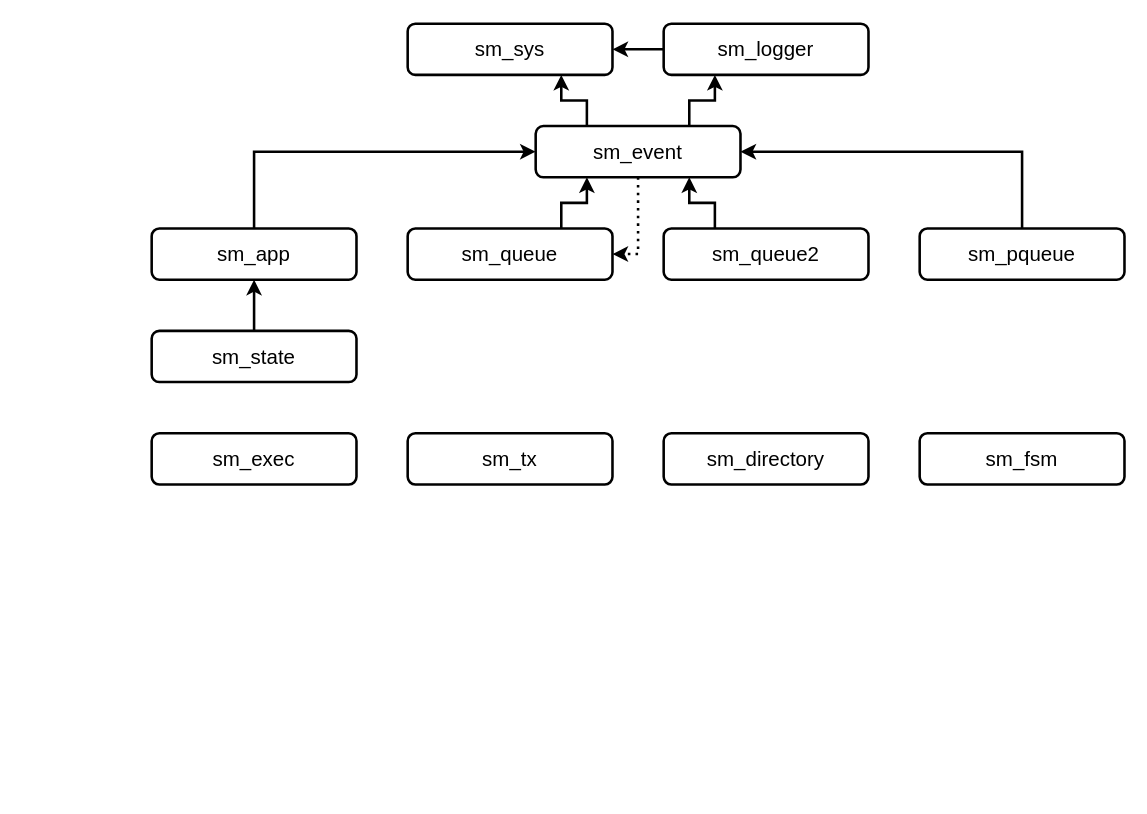
anton-68/sm.exec keeps this draw.io diagram as doc/sm_classes.drawio. Above is the earlier version. Source tidied: cells renumbered, new cells numbered last; positions are measured from the earlier drawing's top-left corner, leaving out a move shared by most shapes. Both pictures are drawn from the tidied source at 128%, with x=0, y=0 at pixel (151, 23).
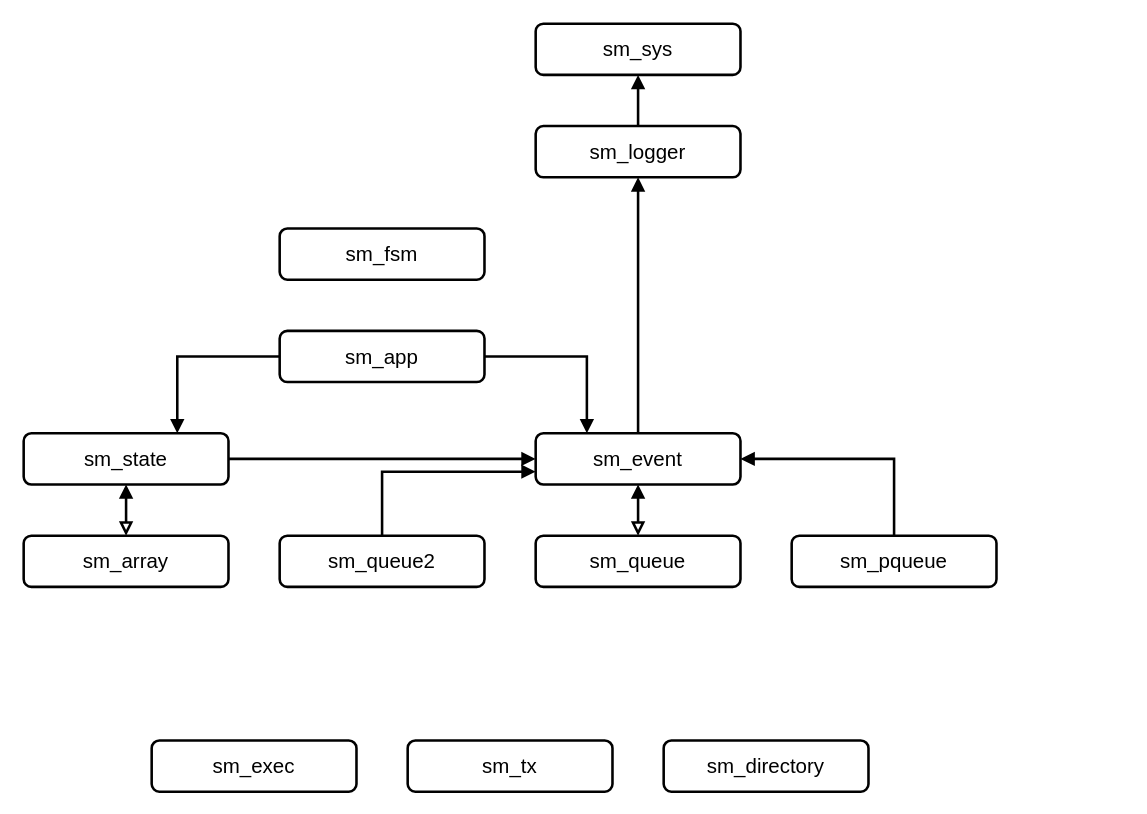
After the change.

What changed in the source:
```diff
@@
     <mxCell id="2" value="sm_tx" style="rounded=1;whiteSpace=wrap;html=1;strokeWidth=2;fontSize=16;" parent="1" vertex="1">
-      <mxGeometry x="200" y="320" width="160" height="40" as="geometry" />
+      <mxGeometry x="200" y="560" width="160" height="40" as="geometry" />
     </mxCell>
     <mxCell id="3" value="sm_exec" style="rounded=1;whiteSpace=wrap;html=1;strokeWidth=2;fontSize=16;" parent="1" vertex="1">
-      <mxGeometry y="320" width="160" height="40" as="geometry" />
+      <mxGeometry y="560" width="160" height="40" as="geometry" />
     </mxCell>
-    <mxCell id="4" style="edgeStyle=orthogonalEdgeStyle;rounded=0;jettySize=auto;html=1;entryX=1;entryY=0.5;entryDx=0;entryDy=0;exitX=0.5;exitY=0;exitDx=0;exitDy=0;strokeWidth=2;" parent="1" edge="1" source="5" target="19">
-      <mxGeometry relative="1" as="geometry" />
+    <mxCell id="4" style="edgeStyle=orthogonalEdgeStyle;rounded=0;jettySize=auto;html=1;entryX=1;entryY=0.5;entryDx=0;entryDy=0;exitX=0.5;exitY=0;exitDx=0;exitDy=0;strokeWidth=2;startArrow=none;startFill=0;endArrow=block;endFill=1;" parent="1" edge="1" source="5" target="19">
+      <mxGeometry relative="1" as="geometry">
+        <Array as="points">
+          <mxPoint x="580" y="340" />
+        </Array>
+      </mxGeometry>
     </mxCell>
     <mxCell id="5" value="sm_pqueue" style="rounded=1;whiteSpace=wrap;html=1;strokeWidth=2;fontSize=16;" parent="1" vertex="1">
-      <mxGeometry x="600" y="160" width="160" height="40" as="geometry" />
+      <mxGeometry x="500" y="400" width="160" height="40" as="geometry" />
     </mxCell>
-    <mxCell id="6" style="edgeStyle=orthogonalEdgeStyle;rounded=0;jettySize=auto;html=1;strokeWidth=2;" parent="1" edge="1" source="7" target="20">
+    <mxCell id="6" style="edgeStyle=orthogonalEdgeStyle;rounded=0;jettySize=auto;html=1;strokeWidth=2;entryX=0.5;entryY=1;entryDx=0;entryDy=0;endArrow=block;endFill=1;" parent="1" edge="1" source="7" target="20">
       <mxGeometry relative="1" as="geometry" />
     </mxCell>
     <mxCell id="7" value="sm_logger" style="rounded=1;whiteSpace=wrap;html=1;strokeWidth=2;fontSize=16;" parent="1" vertex="1">
-      <mxGeometry x="400" width="160" height="40" as="geometry" />
+      <mxGeometry x="300" y="80" width="160" height="40" as="geometry" />
     </mxCell>
-    <mxCell id="8" style="edgeStyle=orthogonalEdgeStyle;rounded=0;jettySize=auto;html=1;strokeWidth=2;" parent="1" edge="1" source="9" target="11">
-      <mxGeometry relative="1" as="geometry" />
-    </mxCell>
     <mxCell id="9" value="sm_state" style="rounded=1;whiteSpace=wrap;html=1;strokeWidth=2;fontSize=16;" parent="1" vertex="1">
-      <mxGeometry y="240" width="160" height="40" as="geometry" />
+      <mxGeometry x="-100" y="320" width="160" height="40" as="geometry" />
     </mxCell>
-    <mxCell id="10" style="edgeStyle=orthogonalEdgeStyle;rounded=0;jettySize=auto;html=1;exitX=0.5;exitY=0;exitDx=0;exitDy=0;entryX=0;entryY=0.5;entryDx=0;entryDy=0;strokeWidth=2;" parent="1" edge="1" source="11" target="19">
-      <mxGeometry relative="1" as="geometry" />
+    <mxCell id="10" style="edgeStyle=orthogonalEdgeStyle;rounded=0;jettySize=auto;html=1;exitX=0;exitY=0.5;exitDx=0;exitDy=0;entryX=0.75;entryY=0;entryDx=0;entryDy=0;strokeWidth=2;endArrow=block;endFill=1;startArrow=none;startFill=0;" parent="1" edge="1" source="11" target="9">
+      <mxGeometry relative="1" as="geometry">
+        <Array as="points">
+          <mxPoint x="20" y="260" />
+        </Array>
+      </mxGeometry>
     </mxCell>
+    <mxCell id="23" style="edgeStyle=orthogonalEdgeStyle;rounded=0;jettySize=auto;html=1;entryX=0.25;entryY=0;entryDx=0;entryDy=0;strokeWidth=2;endArrow=block;endFill=1;exitX=1;exitY=0.5;exitDx=0;exitDy=0;startArrow=none;startFill=0;" parent="1" edge="1" source="11" target="19">
+      <mxGeometry relative="1" as="geometry">
+        <Array as="points">
+          <mxPoint x="340" y="260" />
+        </Array>
+      </mxGeometry>
+    </mxCell>
     <mxCell id="11" value="sm_app" style="rounded=1;whiteSpace=wrap;html=1;strokeWidth=2;fontSize=16;" parent="1" vertex="1">
-      <mxGeometry y="160" width="160" height="40" as="geometry" />
+      <mxGeometry x="100" y="240" width="160" height="40" as="geometry" />
     </mxCell>
-    <mxCell id="12" style="edgeStyle=orthogonalEdgeStyle;rounded=0;jettySize=auto;html=1;exitX=0.75;exitY=0;exitDx=0;exitDy=0;entryX=0.25;entryY=1;entryDx=0;entryDy=0;strokeWidth=2;" parent="1" edge="1" source="15" target="19">
+    <mxCell id="12" style="edgeStyle=orthogonalEdgeStyle;rounded=0;jettySize=auto;html=1;exitX=0.5;exitY=0;exitDx=0;exitDy=0;entryX=0.5;entryY=1;entryDx=0;entryDy=0;strokeWidth=2;endArrow=block;endFill=1;startArrow=block;startFill=0;" parent="1" edge="1" source="15" target="19">
       <mxGeometry relative="1" as="geometry" />
     </mxCell>
+    <mxCell id="24" style="edgeStyle=orthogonalEdgeStyle;rounded=0;jettySize=auto;html=1;exitX=1;exitY=0.5;exitDx=0;exitDy=0;strokeWidth=2;endArrow=block;endFill=1;entryX=0;entryY=0.5;entryDx=0;entryDy=0;" parent="1" edge="1" source="9" target="19">
+      <mxGeometry relative="1" as="geometry" />
+    </mxCell>
     <mxCell id="13" value="sm_queue2" style="rounded=1;whiteSpace=wrap;html=1;strokeWidth=2;fontSize=16;" parent="1" vertex="1">
-      <mxGeometry x="400" y="160" width="160" height="40" as="geometry" />
+      <mxGeometry x="100" y="400" width="160" height="40" as="geometry" />
     </mxCell>
-    <mxCell id="14" style="edgeStyle=orthogonalEdgeStyle;rounded=0;jettySize=auto;html=1;entryX=0.75;entryY=1;entryDx=0;entryDy=0;exitX=0.25;exitY=0;exitDx=0;exitDy=0;strokeWidth=2;" parent="1" edge="1" source="13" target="19">
-      <mxGeometry relative="1" as="geometry" />
+    <mxCell id="14" style="edgeStyle=orthogonalEdgeStyle;rounded=0;jettySize=auto;html=1;entryX=0;entryY=0.75;entryDx=0;entryDy=0;strokeWidth=2;endArrow=block;endFill=1;startArrow=none;startFill=0;" parent="1" edge="1" target="19">
+      <mxGeometry relative="1" as="geometry">
+        <mxPoint x="180" y="400" as="sourcePoint" />
+        <Array as="points">
+          <mxPoint x="180" y="350" />
+        </Array>
+      </mxGeometry>
     </mxCell>
     <mxCell id="15" value="sm_queue" style="rounded=1;whiteSpace=wrap;html=1;strokeWidth=2;fontSize=16;" parent="1" vertex="1">
-      <mxGeometry x="200" y="160" width="160" height="40" as="geometry" />
+      <mxGeometry x="300" y="400" width="160" height="40" as="geometry" />
     </mxCell>
-    <mxCell id="16" style="edgeStyle=orthogonalEdgeStyle;rounded=0;jettySize=auto;html=1;entryX=0.75;entryY=1;entryDx=0;entryDy=0;exitX=0.25;exitY=0;exitDx=0;exitDy=0;strokeWidth=2;" parent="1" edge="1" source="19" target="20">
-      <mxGeometry relative="1" as="geometry" />
-    </mxCell>
-    <mxCell id="17" style="edgeStyle=orthogonalEdgeStyle;rounded=0;jettySize=auto;html=1;entryX=0.25;entryY=1;entryDx=0;entryDy=0;exitX=0.75;exitY=0;exitDx=0;exitDy=0;strokeWidth=2;" parent="1" edge="1" source="19" target="7">
+    <mxCell id="17" style="edgeStyle=orthogonalEdgeStyle;rounded=0;jettySize=auto;html=1;entryX=0.5;entryY=1;entryDx=0;entryDy=0;exitX=0.5;exitY=0;exitDx=0;exitDy=0;strokeWidth=2;endArrow=block;endFill=1;" parent="1" edge="1" source="19" target="7">
       <mxGeometry relative="1" as="geometry" />
     </mxCell>
-    <mxCell id="18" style="edgeStyle=orthogonalEdgeStyle;rounded=0;jettySize=auto;html=1;entryX=1;entryY=0.5;entryDx=0;entryDy=0;exitX=0.5;exitY=1;exitDx=0;exitDy=0;dashed=1;dashPattern=1 2;strokeWidth=2;" parent="1" edge="1" source="19" target="15">
-      <mxGeometry relative="1" as="geometry" />
-    </mxCell>
     <mxCell id="19" value="sm_event" style="rounded=1;whiteSpace=wrap;html=1;strokeWidth=2;fontSize=16;" parent="1" vertex="1">
-      <mxGeometry x="300" y="80" width="160" height="40" as="geometry" />
+      <mxGeometry x="300" y="320" width="160" height="40" as="geometry" />
     </mxCell>
     <mxCell id="20" value="sm_sys" style="rounded=1;whiteSpace=wrap;html=1;strokeWidth=2;fontSize=16;" parent="1" vertex="1">
-      <mxGeometry x="200" width="160" height="40" as="geometry" />
+      <mxGeometry x="300" width="160" height="40" as="geometry" />
     </mxCell>
     <mxCell id="21" value="sm_directory" style="rounded=1;whiteSpace=wrap;html=1;strokeWidth=2;fontSize=16;" parent="1" vertex="1">
-      <mxGeometry x="400" y="320" width="160" height="40" as="geometry" />
+      <mxGeometry x="400" y="560" width="160" height="40" as="geometry" />
     </mxCell>
     <mxCell id="22" value="sm_fsm" style="rounded=1;whiteSpace=wrap;html=1;strokeWidth=2;fontSize=16;" parent="1" vertex="1">
-      <mxGeometry x="600" y="320" width="160" height="40" as="geometry" />
+      <mxGeometry x="100" y="160" width="160" height="40" as="geometry" />
     </mxCell>
+    <mxCell id="25" style="edgeStyle=orthogonalEdgeStyle;rounded=0;jettySize=auto;html=1;strokeWidth=2;endArrow=block;endFill=1;startArrow=block;startFill=0;" parent="1" edge="1" source="26" target="9">
+      <mxGeometry relative="1" as="geometry" />
+    </mxCell>
+    <mxCell id="26" value="sm_array" style="rounded=1;whiteSpace=wrap;html=1;strokeWidth=2;fontSize=16;" parent="1" vertex="1">
+      <mxGeometry x="-100" y="400" width="160" height="40" as="geometry" />
+    </mxCell>
```
